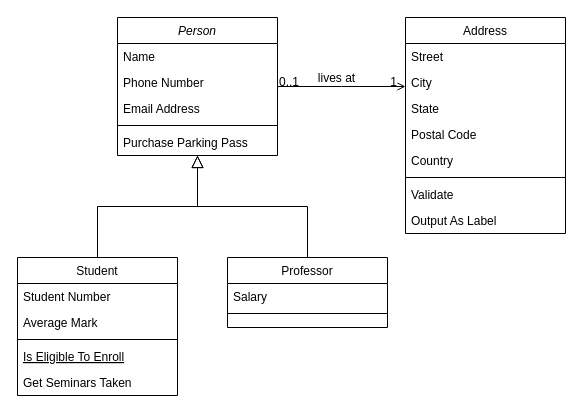
This is 未命名绘图.drawio from csgeneral/uml-cssyj, a draw.io file, before an edit. Source tidied: cells renumbered, new cells numbered last; positions are measured from the earlier drawing's top-left corner, leaving out a move shared by most shapes. Both pictures are drawn from the tidied source at 100%, with x=0, y=0 at pixel (17, 17).
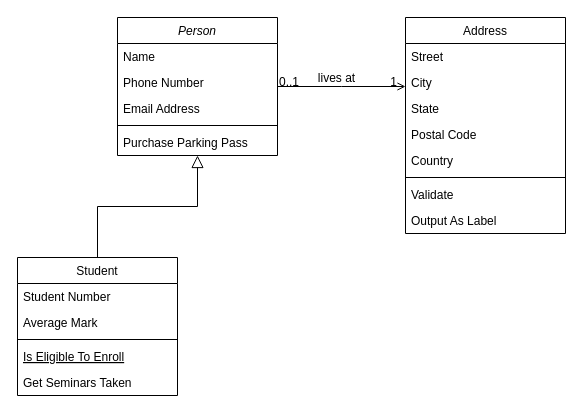
Above is the later version.

Unchanged cells that the change refers to:
```xml
<mxCell id="2" value="Person" style="swimlane;fontStyle=2;align=center;verticalAlign=top;horizontal=1;startSize=26;rounded=0;shadow=0;strokeWidth=1;" parent="1" vertex="1">
  <mxGeometry x="100" width="160" height="138" as="geometry" />
</mxCell>
```

Diff of the diagram source:
```diff
@@
-    <mxCell id="15" value="Professor" style="swimlane;fontStyle=0;align=center;verticalAlign=top;horizontal=1;startSize=26;rounded=0;shadow=0;strokeWidth=1;" parent="1" vertex="1">
-      <mxGeometry x="210" y="240" width="160" height="70" as="geometry" />
-    </mxCell>
-    <mxCell id="16" value="Salary" style="text;align=left;verticalAlign=top;spacingLeft=4;spacingRight=4;overflow=hidden;" parent="15" vertex="1">
-      <mxGeometry y="26" width="160" height="26" as="geometry" />
-    </mxCell>
-    <mxCell id="17" style="line;html=1;strokeWidth=1;align=left;verticalAlign=middle;spacingTop=-1;spacingLeft=3;spacingRight=3;labelPosition=right;" parent="15" vertex="1">
-      <mxGeometry y="52" width="160" height="8" as="geometry" />
-    </mxCell>
-    <mxCell id="18" style="endArrow=block;endSize=10;endFill=0;shadow=0;strokeWidth=1;rounded=0;edgeStyle=elbowEdgeStyle;elbow=vertical;" parent="1" edge="1" source="15" target="2">
-      <mxGeometry relative="1" as="geometry" />
-    </mxCell>
```
